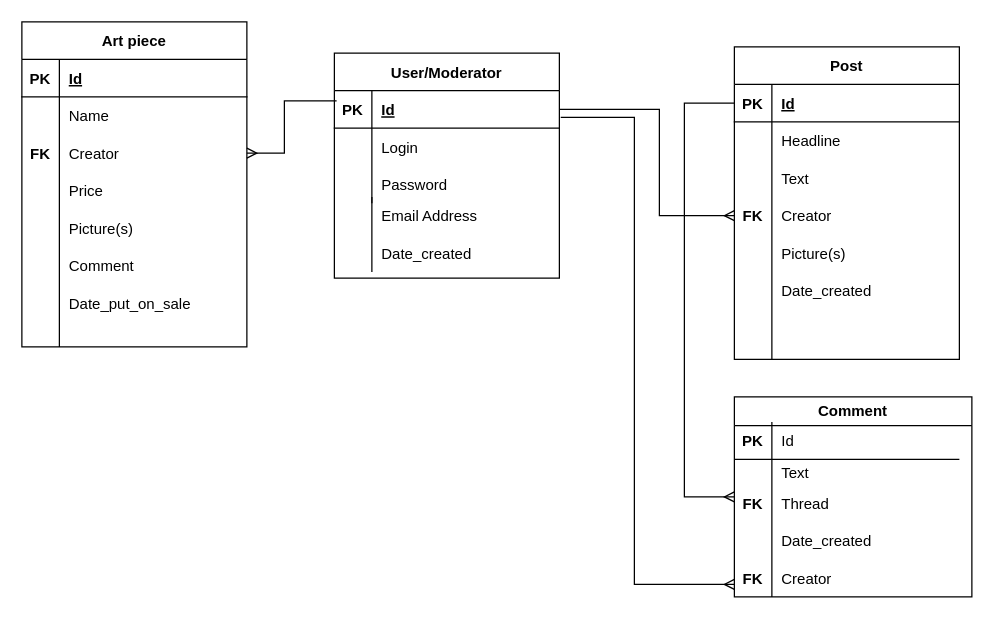
Above: page "Варіант (а)" (1 of 3) of 2-SoftwareDesign/2.3-DataModel/RelDB.drawio in oleksandrblazhko/ai-212-yaroshuk (draw.io), before the change. Source tidied: cells renumbered, new cells numbered last; positions are measured from the earlier drawing's top-left corner, leaving out a move shared by most shapes. Both pictures are drawn from the tidied source at 125%, with x=0, y=0 at pixel (21, 21).
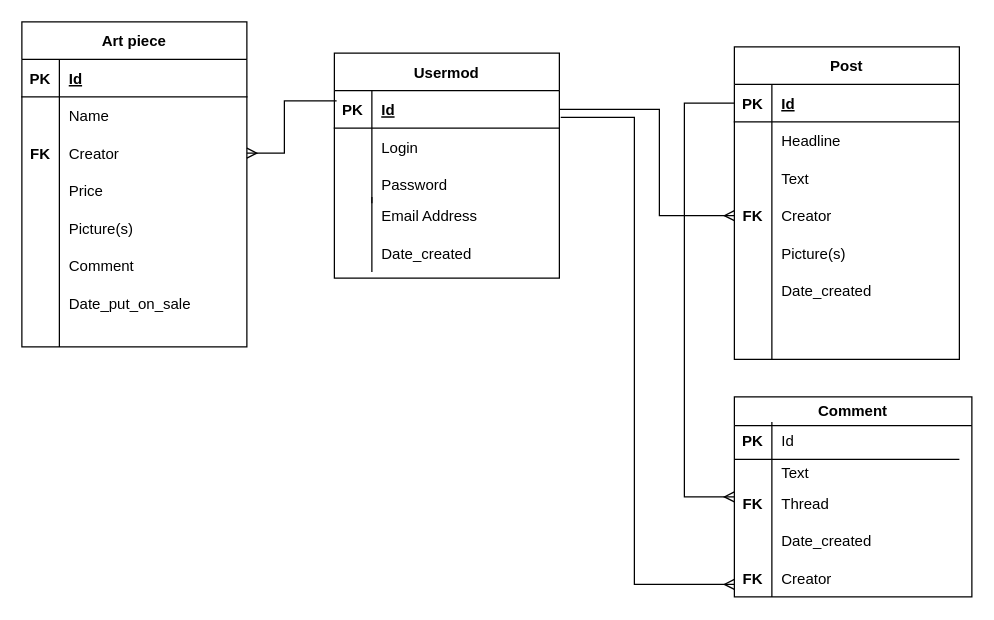
Above is the later version.

What changed in the source:
```diff
@@
-    <mxCell id="2" value="User/Moderator" style="shape=table;startSize=30;childLayout=tableLayout;rowLines=0;fontStyle=1;align=center;" parent="1" vertex="1">
+    <mxCell id="2" value="Usermod" style="shape=table;startSize=30;childLayout=tableLayout;rowLines=0;fontStyle=1;align=center;" parent="1" vertex="1">
       <mxGeometry x="250" y="25" width="180" height="180" as="geometry" />
     </mxCell>
```
